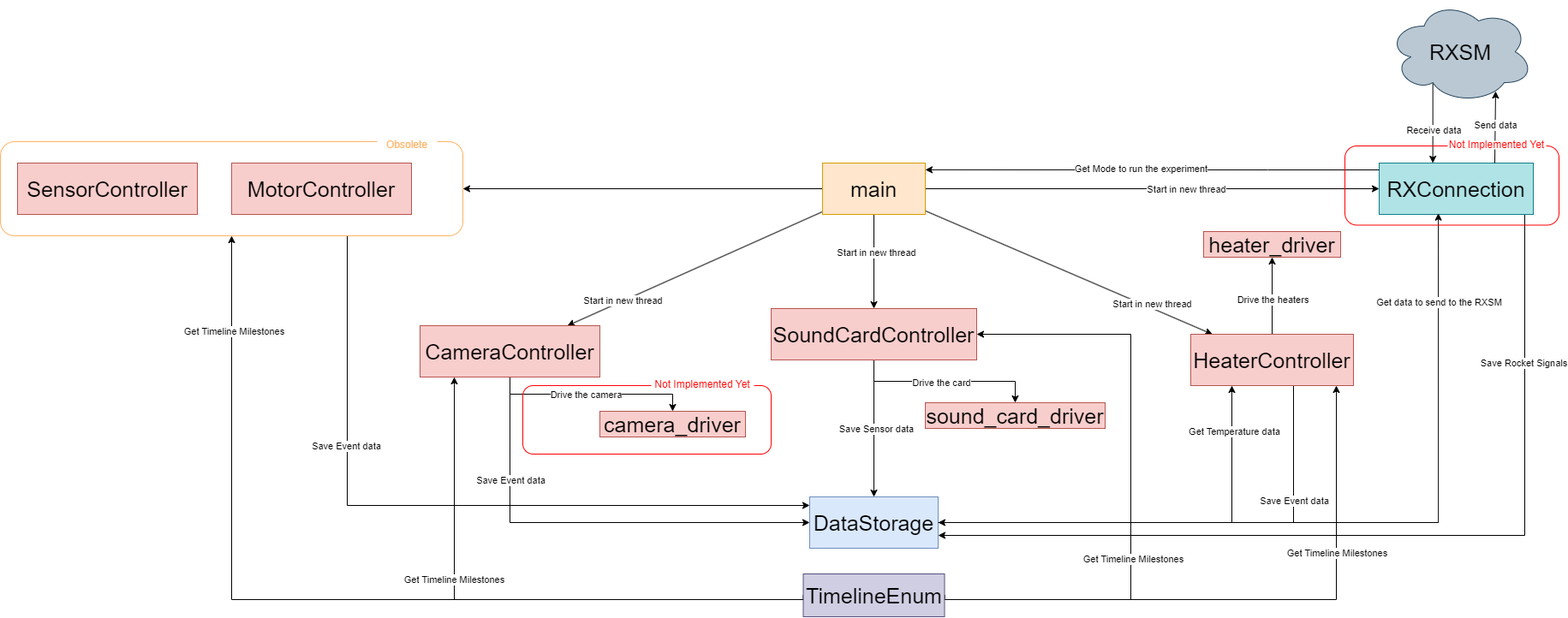
dyka3773/Beam-3rd-Gen-Project keeps this draw.io diagram as SED Stuff/SEDv4/Diagrams/Images/Entity diagram of modules & packages.drawio.png. Above is the earlier version. Source tidied: cells renumbered, new cells last; positions are measured from the earlier drawing's top-left corner, leaving out a move shared by most shapes.
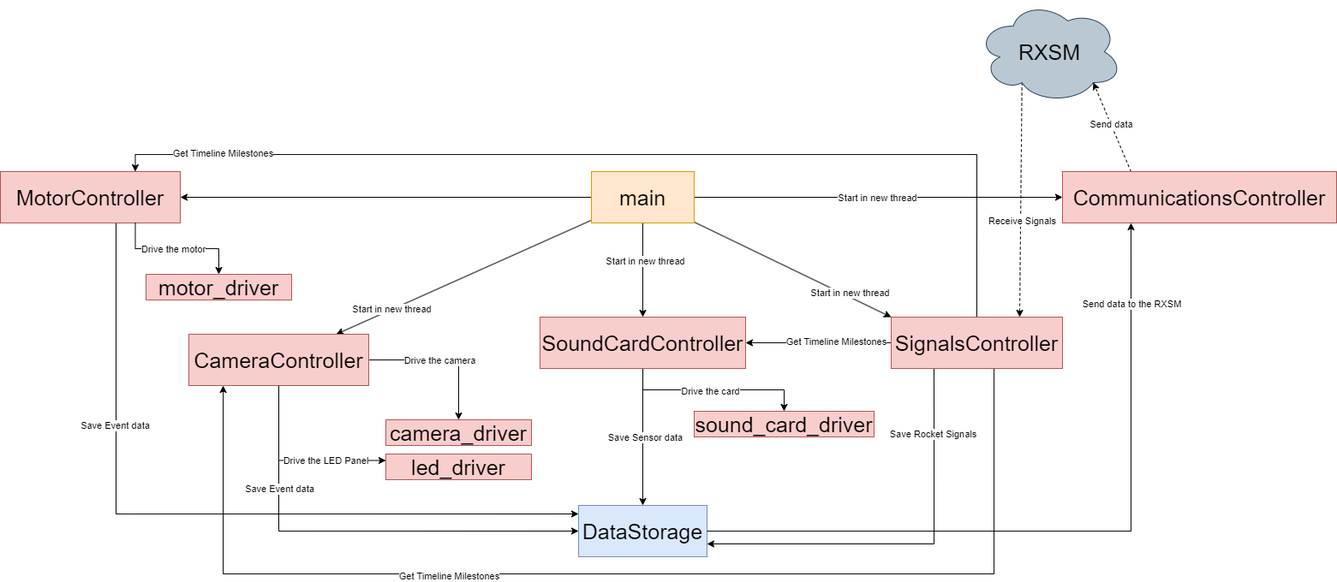
Later version of the same file.

The edit, as a diff of the source:
```diff
@@ -14,7 +14,7 @@
     <mxCell id="5" value="Start in new thread" style="edgeLabel;html=1;align=center;verticalAlign=middle;" parent="4" vertex="1">
       <mxGeometry x="0.57" y="-1" relative="1" as="geometry" />
     </mxCell>
-    <mxCell id="6" style="rounded=0;jettySize=auto;html=1;" parent="1" edge="1" source="11" target="35">
+    <mxCell id="6" style="rounded=0;jettySize=auto;html=1;entryX=0;entryY=0;entryDx=0;entryDy=0;" parent="1" edge="1" source="11" target="64">
       <mxGeometry relative="1" as="geometry" />
     </mxCell>
     <mxCell id="7" value="Start in new thread" style="edgeLabel;html=1;align=center;verticalAlign=middle;" parent="6" vertex="1">
@@ -22,29 +22,20 @@
         <mxPoint x="1" y="-6" as="offset" />
       </mxGeometry>
     </mxCell>
-    <mxCell id="8" style="rounded=0;jettySize=auto;html=1;" parent="1" edge="1" source="11" target="44">
+    <mxCell id="8" style="rounded=0;jettySize=auto;html=1;entryX=0;entryY=0.5;entryDx=0;entryDy=0;" parent="1" edge="1" source="11" target="65">
       <mxGeometry relative="1" as="geometry" />
     </mxCell>
     <mxCell id="9" value="Start in new thread" style="edgeLabel;html=1;align=center;verticalAlign=middle;" parent="8" vertex="1">
-      <mxGeometry x="0.15" relative="1" as="geometry" />
+      <mxGeometry x="0.15" relative="1" as="geometry">
+        <mxPoint x="-34" as="offset" />
+      </mxGeometry>
     </mxCell>
-    <mxCell id="10" style="rounded=0;jettySize=auto;html=1;entryX=1;entryY=0.5;entryDx=0;entryDy=0;" parent="1" edge="1" source="11" target="61">
+    <mxCell id="10" style="rounded=0;jettySize=auto;html=1;entryX=1;entryY=0.5;entryDx=0;entryDy=0;" parent="1" edge="1" source="11" target="58">
       <mxGeometry relative="1" as="geometry" />
     </mxCell>
     <mxCell id="11" value="main" style="rounded=0;whiteSpace=wrap;html=1;fillColor=#ffe6cc;strokeColor=#d79b00;fontSize=25;" parent="1" vertex="1">
       <mxGeometry x="960" y="190" width="120" height="60" as="geometry" />
     </mxCell>
-    <mxCell id="12" style="edgeStyle=orthogonalEdgeStyle;rounded=0;jettySize=auto;html=1;entryX=0.25;entryY=1;entryDx=0;entryDy=0;" parent="1" edge="1" source="14" target="35">
-      <mxGeometry relative="1" as="geometry">
-        <Array as="points">
-          <mxPoint x="1438" y="610" />
-          <mxPoint x="1438" y="450" />
-        </Array>
-      </mxGeometry>
-    </mxCell>
-    <mxCell id="13" value="Get Temperature data" style="edgeLabel;html=1;align=center;verticalAlign=middle;" parent="12" vertex="1">
-      <mxGeometry x="0.79" y="-2" relative="1" as="geometry" />
-    </mxCell>
     <mxCell id="14" value="DataStorage" style="rounded=0;whiteSpace=wrap;html=1;fillColor=#dae8fc;strokeColor=#6c8ebf;fontSize=25;" parent="1" vertex="1">
       <mxGeometry x="945" y="580" width="150" height="60" as="geometry" />
     </mxCell>
@@ -60,13 +51,8 @@
     <mxCell id="18" value="Drive the card" style="edgeLabel;html=1;align=center;verticalAlign=middle;" parent="17" vertex="1">
       <mxGeometry x="-0.04" y="-1" relative="1" as="geometry" />
     </mxCell>
-    <mxCell id="19" style="edgeStyle=orthogonalEdgeStyle;rounded=0;jettySize=auto;html=1;exitX=1;exitY=0.5;exitDx=0;exitDy=0;" parent="1" edge="1" source="41" target="21">
-      <mxGeometry relative="1" as="geometry">
-        <Array as="points">
-          <mxPoint x="1320" y="700" />
-          <mxPoint x="1320" y="390" />
-        </Array>
-      </mxGeometry>
+    <mxCell id="19" style="edgeStyle=orthogonalEdgeStyle;rounded=0;jettySize=auto;html=1;exitX=0;exitY=0.5;exitDx=0;exitDy=0;" parent="1" edge="1" source="64" target="21">
+      <mxGeometry relative="1" as="geometry" />
     </mxCell>
     <mxCell id="20" value="Get Timeline Milestones" style="edgeLabel;html=1;align=center;verticalAlign=middle;" parent="19" vertex="1">
       <mxGeometry x="-0.24" y="-2" relative="1" as="geometry" />
@@ -92,10 +78,11 @@
     <mxCell id="25" value="Drive the camera" style="edgeLabel;html=1;align=center;verticalAlign=middle;" parent="24" vertex="1">
       <mxGeometry x="-0.06" relative="1" as="geometry" />
     </mxCell>
-    <mxCell id="26" style="edgeStyle=orthogonalEdgeStyle;rounded=0;jettySize=auto;html=1;exitX=0;exitY=0.5;exitDx=0;exitDy=0;" parent="1" edge="1" source="41" target="28">
+    <mxCell id="26" style="edgeStyle=orthogonalEdgeStyle;rounded=0;jettySize=auto;html=1;exitX=0.5;exitY=1;exitDx=0;exitDy=0;" parent="1" edge="1" source="64" target="28">
       <mxGeometry relative="1" as="geometry">
         <Array as="points">
-          <mxPoint x="530" y="700" />
+          <mxPoint x="1430" y="660" />
+          <mxPoint x="530" y="660" />
         </Array>
       </mxGeometry>
     </mxCell>
@@ -107,112 +94,54 @@
     <mxCell id="28" value="CameraController" style="rounded=0;whiteSpace=wrap;html=1;fillColor=#f8cecc;strokeColor=#b85450;fontSize=25;" parent="1" vertex="1">
       <mxGeometry x="490" y="380" width="210" height="60" as="geometry" />
     </mxCell>
-    <mxCell id="29" style="edgeStyle=orthogonalEdgeStyle;rounded=0;jettySize=auto;html=1;entryX=1;entryY=0.5;entryDx=0;entryDy=0;" parent="1" edge="1" source="35" target="14">
-      <mxGeometry relative="1" as="geometry">
-        <Array as="points">
-          <mxPoint x="1510" y="610" />
-        </Array>
-      </mxGeometry>
-    </mxCell>
-    <mxCell id="30" value="Save Event data" style="edgeLabel;html=1;align=center;verticalAlign=middle;" parent="29" vertex="1">
-      <mxGeometry x="-0.5" relative="1" as="geometry">
-        <mxPoint y="-9" as="offset" />
-      </mxGeometry>
-    </mxCell>
-    <mxCell id="31" style="rounded=0;jettySize=auto;html=1;" parent="1" edge="1" source="35" target="37">
-      <mxGeometry relative="1" as="geometry" />
+    <mxCell id="31" style="rounded=0;jettySize=auto;html=1;" parent="1" edge="1" source="x">
+      <mxGeometry relative="1" as="geometry">
+        <mxPoint x="1485" y="300" as="targetPoint" />
+      </mxGeometry>
     </mxCell>
     <mxCell id="32" value="Drive the heaters" style="edgeLabel;html=1;align=center;verticalAlign=middle;" parent="31" vertex="1">
       <mxGeometry x="0.43" y="-2" relative="1" as="geometry">
         <mxPoint x="-2" y="24" as="offset" />
       </mxGeometry>
     </mxCell>
-    <mxCell id="33" style="edgeStyle=orthogonalEdgeStyle;rounded=0;jettySize=auto;html=1;exitX=1;exitY=0.5;exitDx=0;exitDy=0;" parent="1" edge="1" source="41" target="35">
-      <mxGeometry relative="1" as="geometry">
-        <Array as="points">
-          <mxPoint x="1560" y="700" />
-        </Array>
-      </mxGeometry>
-    </mxCell>
-    <mxCell id="34" value="Get Timeline Milestones" style="edgeLabel;html=1;align=center;verticalAlign=middle;" parent="33" vertex="1">
-      <mxGeometry x="0.45" relative="1" as="geometry" />
-    </mxCell>
-    <mxCell id="35" value="HeaterController" style="rounded=0;whiteSpace=wrap;html=1;fillColor=#f8cecc;strokeColor=#b85450;fontSize=25;" parent="1" vertex="1">
-      <mxGeometry x="1390" y="390" width="190" height="60" as="geometry" />
-    </mxCell>
     <mxCell id="36" value="sound_card_driver" style="rounded=0;whiteSpace=wrap;html=1;fillColor=#f8cecc;strokeColor=#b85450;fontSize=25;" parent="1" vertex="1">
       <mxGeometry x="1080" y="470" width="210" height="30" as="geometry" />
     </mxCell>
-    <mxCell id="37" value="heater_driver" style="rounded=0;whiteSpace=wrap;html=1;fillColor=#f8cecc;strokeColor=#b85450;fontSize=25;" parent="1" vertex="1">
-      <mxGeometry x="1405" y="270" width="160" height="30" as="geometry" />
-    </mxCell>
     <mxCell id="38" value="camera_driver" style="rounded=0;whiteSpace=wrap;html=1;fillColor=#f8cecc;strokeColor=#b85450;fontSize=25;" parent="1" vertex="1">
-      <mxGeometry x="700" y="480" width="170" height="30" as="geometry" />
+      <mxGeometry x="720" y="480" width="170" height="30" as="geometry" />
     </mxCell>
-    <mxCell id="39" style="rounded=1;whiteSpace=wrap;html=1;fillColor=none;strokeColor=#FF0000;" parent="1" vertex="1">
-      <mxGeometry x="610" y="450" width="290" height="80" as="geometry" />
-    </mxCell>
-    <mxCell id="40" value="Not Implemented Yet" style="text;html=1;align=center;verticalAlign=middle;whiteSpace=wrap;rounded=0;fillColor=default;fontColor=#ff0000;" parent="1" vertex="1">
-      <mxGeometry x="760" y="444" width="120" height="10" as="geometry" />
-    </mxCell>
-    <mxCell id="41" value="TimelineEnum" style="rounded=0;whiteSpace=wrap;html=1;fillColor=#d0cee2;strokeColor=#56517e;fontSize=25;" parent="1" vertex="1">
-      <mxGeometry x="937.5" y="670" width="165" height="50" as="geometry" />
-    </mxCell>
-    <mxCell id="42" style="edgeStyle=orthogonalEdgeStyle;rounded=0;jettySize=auto;html=1;entryX=1;entryY=0.75;entryDx=0;entryDy=0;" parent="1" edge="1" source="44" target="14">
-      <mxGeometry relative="1" as="geometry">
-        <Array as="points">
-          <mxPoint x="1780" y="625" />
-        </Array>
-      </mxGeometry>
+    <mxCell id="42" style="edgeStyle=orthogonalEdgeStyle;rounded=0;jettySize=auto;html=1;entryX=1;entryY=0.75;entryDx=0;entryDy=0;exitX=0.25;exitY=1;exitDx=0;exitDy=0;" parent="1" edge="1" source="64" target="14">
+      <mxGeometry relative="1" as="geometry" />
     </mxCell>
     <mxCell id="43" value="Save Rocket Signals" style="edgeLabel;html=1;align=center;verticalAlign=middle;" parent="42" vertex="1">
       <mxGeometry x="-0.67" y="-2" relative="1" as="geometry" />
     </mxCell>
-    <mxCell id="44" value="RXConnection" style="rounded=0;whiteSpace=wrap;html=1;fillColor=#b0e3e6;strokeColor=#0e8088;fontSize=25;" parent="1" vertex="1">
-      <mxGeometry x="1610" y="190" width="180" height="60" as="geometry" />
-    </mxCell>
-    <mxCell id="45" style="edgeStyle=orthogonalEdgeStyle;rounded=0;jettySize=auto;html=1;entryX=0.384;entryY=0.978;entryDx=0;entryDy=0;entryPerimeter=0;" parent="1" edge="1" source="14" target="44">
+    <mxCell id="45" style="edgeStyle=orthogonalEdgeStyle;rounded=0;jettySize=auto;html=1;entryX=0.25;entryY=1;entryDx=0;entryDy=0;" parent="1" edge="1" source="14" target="65">
       <mxGeometry relative="1" as="geometry" />
     </mxCell>
-    <mxCell id="46" value="Get data to send to the RXSM" style="edgeLabel;html=1;align=center;verticalAlign=middle;" parent="45" vertex="1">
+    <mxCell id="46" value="Send data to the RXSM" style="edgeLabel;html=1;align=center;verticalAlign=middle;" parent="45" vertex="1">
       <mxGeometry x="0.78" relative="1" as="geometry" />
     </mxCell>
-    <mxCell id="47" style="edgeStyle=orthogonalEdgeStyle;rounded=0;jettySize=auto;html=1;entryX=1;entryY=0.131;entryDx=0;entryDy=0;entryPerimeter=0;" parent="1" edge="1" source="44" target="11">
-      <mxGeometry relative="1" as="geometry">
-        <Array as="points">
-          <mxPoint x="1480" y="198" />
-          <mxPoint x="1480" y="198" />
-        </Array>
-      </mxGeometry>
-    </mxCell>
-    <mxCell id="48" value="Get Mode to run the experiment" style="edgeLabel;html=1;align=center;verticalAlign=middle;" parent="47" vertex="1">
-      <mxGeometry x="0.05" y="-2" relative="1" as="geometry" />
-    </mxCell>
-    <mxCell id="49" style="rounded=0;jettySize=auto;html=1;entryX=0.348;entryY=0;entryDx=0;entryDy=0;exitX=0.31;exitY=0.8;exitDx=0;exitDy=0;exitPerimeter=0;entryPerimeter=0;" parent="1" edge="1" source="51" target="44">
+    <mxCell id="49" style="rounded=0;jettySize=auto;html=1;entryX=0.75;entryY=0;entryDx=0;entryDy=0;exitX=0.31;exitY=0.8;exitDx=0;exitDy=0;exitPerimeter=0;dashed=1;" parent="1" edge="1" source="51" target="64">
       <mxGeometry relative="1" as="geometry" />
     </mxCell>
-    <mxCell id="50" value="Receive data" style="edgeLabel;html=1;align=center;verticalAlign=middle;" parent="49" vertex="1">
+    <mxCell id="50" value="Receive Signals" style="edgeLabel;html=1;align=center;verticalAlign=middle;" parent="49" vertex="1">
       <mxGeometry x="0.18" y="1" relative="1" as="geometry" />
     </mxCell>
     <mxCell id="51" value="&lt;font style=&quot;font-size: 25px;&quot;&gt;RXSM&lt;/font&gt;" style="ellipse;shape=cloud;whiteSpace=wrap;html=1;fillColor=#bac8d3;strokeColor=#23445d;" parent="1" vertex="1">
-      <mxGeometry x="1620" width="170" height="120" as="geometry" />
+      <mxGeometry x="1410" y="-10" width="170" height="120" as="geometry" />
     </mxCell>
-    <mxCell id="52" style="rounded=0;jettySize=auto;html=1;entryX=0.741;entryY=0.884;entryDx=0;entryDy=0;entryPerimeter=0;exitX=0.75;exitY=0;exitDx=0;exitDy=0;" parent="1" edge="1" source="44" target="51">
+    <mxCell id="52" style="rounded=0;jettySize=auto;html=1;entryX=0.8;entryY=0.8;entryDx=0;entryDy=0;entryPerimeter=0;exitX=0.25;exitY=0;exitDx=0;exitDy=0;dashed=1;" parent="1" edge="1" source="65" target="51">
       <mxGeometry relative="1" as="geometry" />
     </mxCell>
     <mxCell id="53" value="Send data" style="edgeLabel;html=1;align=center;verticalAlign=middle;" parent="52" vertex="1">
       <mxGeometry x="0.06" relative="1" as="geometry" />
     </mxCell>
-    <mxCell id="54" style="rounded=1;whiteSpace=wrap;html=1;fillColor=none;strokeColor=#FF0000;" parent="1" vertex="1">
-      <mxGeometry x="1570" y="170" width="250" height="92.5" as="geometry" />
-    </mxCell>
-    <mxCell id="55" value="Not Implemented Yet" style="text;html=1;align=center;verticalAlign=middle;whiteSpace=wrap;rounded=0;fillColor=default;fontColor=#ff0000;" parent="1" vertex="1">
-      <mxGeometry x="1690" y="164" width="115" height="10" as="geometry" />
-    </mxCell>
-    <mxCell id="56" style="edgeStyle=orthogonalEdgeStyle;rounded=0;jettySize=auto;html=1;exitX=0.75;exitY=1;exitDx=0;exitDy=0;" parent="1" edge="1" source="61">
+    <mxCell id="56" style="edgeStyle=orthogonalEdgeStyle;rounded=0;jettySize=auto;html=1;exitX=0.75;exitY=1;exitDx=0;exitDy=0;" parent="1" edge="1" source="58">
       <mxGeometry relative="1" as="geometry">
         <mxPoint x="945" y="590" as="targetPoint" />
         <Array as="points">
+          <mxPoint x="405" y="250" />
           <mxPoint x="405" y="590" />
         </Array>
       </mxGeometry>
@@ -223,24 +152,37 @@
     <mxCell id="58" value="MotorController" style="rounded=0;whiteSpace=wrap;html=1;fillColor=#f8cecc;strokeColor=#b85450;fontSize=25;" parent="1" vertex="1">
       <mxGeometry x="270" y="190" width="210" height="60" as="geometry" />
     </mxCell>
-    <mxCell id="59" style="edgeStyle=orthogonalEdgeStyle;rounded=0;jettySize=auto;html=1;entryX=0.5;entryY=1;entryDx=0;entryDy=0;" parent="1" edge="1" source="41" target="61">
-      <mxGeometry relative="1" as="geometry">
-        <Array as="points">
-          <mxPoint x="270" y="700" />
-        </Array>
-      </mxGeometry>
+    <mxCell id="59" style="edgeStyle=orthogonalEdgeStyle;rounded=0;jettySize=auto;html=1;entryX=0.75;entryY=0;entryDx=0;entryDy=0;exitX=0.5;exitY=0;exitDx=0;exitDy=0;" parent="1" edge="1" source="64" target="58">
+      <mxGeometry relative="1" as="geometry" />
     </mxCell>
     <mxCell id="60" value="Get Timeline Milestones" style="edgeLabel;html=1;align=center;verticalAlign=middle;" parent="59" vertex="1">
       <mxGeometry x="0.8" y="-2" relative="1" as="geometry" />
     </mxCell>
-    <mxCell id="61" style="rounded=1;whiteSpace=wrap;html=1;fillColor=none;strokeColor=#FFB366;" parent="1" vertex="1">
-      <mxGeometry y="165" width="540" height="110" as="geometry" />
-    </mxCell>
-    <mxCell id="62" value="Obsolete" style="text;html=1;align=center;verticalAlign=middle;whiteSpace=wrap;rounded=0;fillColor=default;fontColor=#FFB366;" parent="1" vertex="1">
-      <mxGeometry x="440" y="164" width="70" height="10" as="geometry" />
-    </mxCell>
-    <mxCell id="63" value="SensorController" style="rounded=0;whiteSpace=wrap;html=1;fillColor=#f8cecc;strokeColor=#b85450;fontSize=25;" parent="1" vertex="1">
-      <mxGeometry x="20" y="190" width="210" height="60" as="geometry" />
-    </mxCell>
+    <mxCell id="64" value="SignalsController" style="rounded=0;whiteSpace=wrap;html=1;fillColor=#f8cecc;strokeColor=#b85450;fontSize=25;" parent="1" vertex="1">
+      <mxGeometry x="1310" y="360" width="200" height="60" as="geometry" />
+    </mxCell>
+    <mxCell id="65" value="CommunicationsController" style="rounded=0;whiteSpace=wrap;html=1;fillColor=#f8cecc;strokeColor=#b85450;fontSize=25;" parent="1" vertex="1">
+      <mxGeometry x="1510" y="190" width="320" height="60" as="geometry" />
+    </mxCell>
+    <mxCell id="66" style="edgeStyle=orthogonalEdgeStyle;rounded=0;jettySize=auto;html=1;exitX=0.5;exitY=1;exitDx=0;exitDy=0;entryX=0;entryY=0.25;entryDx=0;entryDy=0;" parent="1" edge="1" source="28" target="68">
+      <mxGeometry relative="1" as="geometry" />
+    </mxCell>
+    <mxCell id="67" value="Drive the LED Panel" style="edgeLabel;html=1;align=center;verticalAlign=middle;" parent="66" vertex="1">
+      <mxGeometry x="-0.06" relative="1" as="geometry">
+        <mxPoint x="42" as="offset" />
+      </mxGeometry>
+    </mxCell>
+    <mxCell id="68" value="led_driver" style="rounded=0;whiteSpace=wrap;html=1;fillColor=#f8cecc;strokeColor=#b85450;fontSize=25;" parent="1" vertex="1">
+      <mxGeometry x="720" y="520" width="170" height="30" as="geometry" />
+    </mxCell>
+    <mxCell id="69" style="edgeStyle=orthogonalEdgeStyle;rounded=0;jettySize=auto;html=1;exitX=0.75;exitY=1;exitDx=0;exitDy=0;" parent="1" edge="1" source="58" target="71">
+      <mxGeometry relative="1" as="geometry" />
+    </mxCell>
+    <mxCell id="70" value="Drive the motor" style="edgeLabel;html=1;align=center;verticalAlign=middle;" parent="69" vertex="1">
+      <mxGeometry x="-0.06" relative="1" as="geometry" />
+    </mxCell>
+    <mxCell id="71" value="motor_driver" style="rounded=0;whiteSpace=wrap;html=1;fillColor=#f8cecc;strokeColor=#b85450;fontSize=25;" parent="1" vertex="1">
+      <mxGeometry x="440" y="310" width="170" height="30" as="geometry" />
+    </mxCell>
   </root>
 </mxGraphModel>
```
